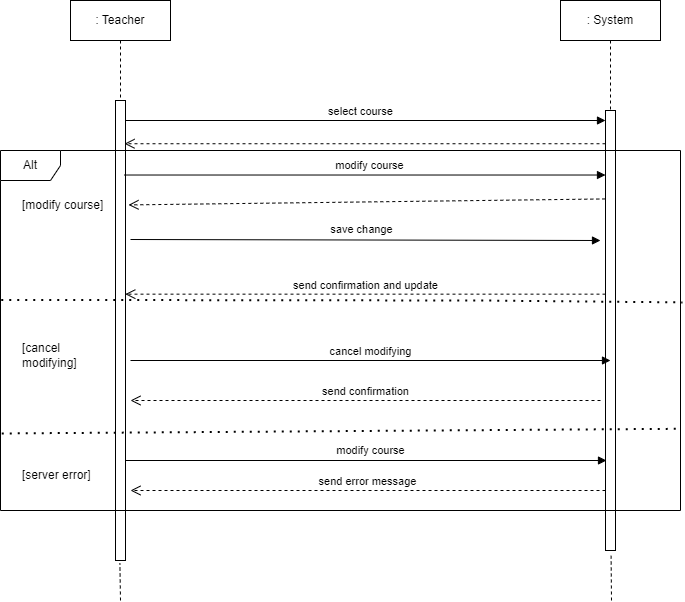
Above: images/sequence/modify-course.png in TomNewbie/pe-lapp (draw.io), before the change. Source tidied: cells renumbered, new cells last; positions are measured from the earlier drawing's top-left corner, leaving out a move shared by most shapes.
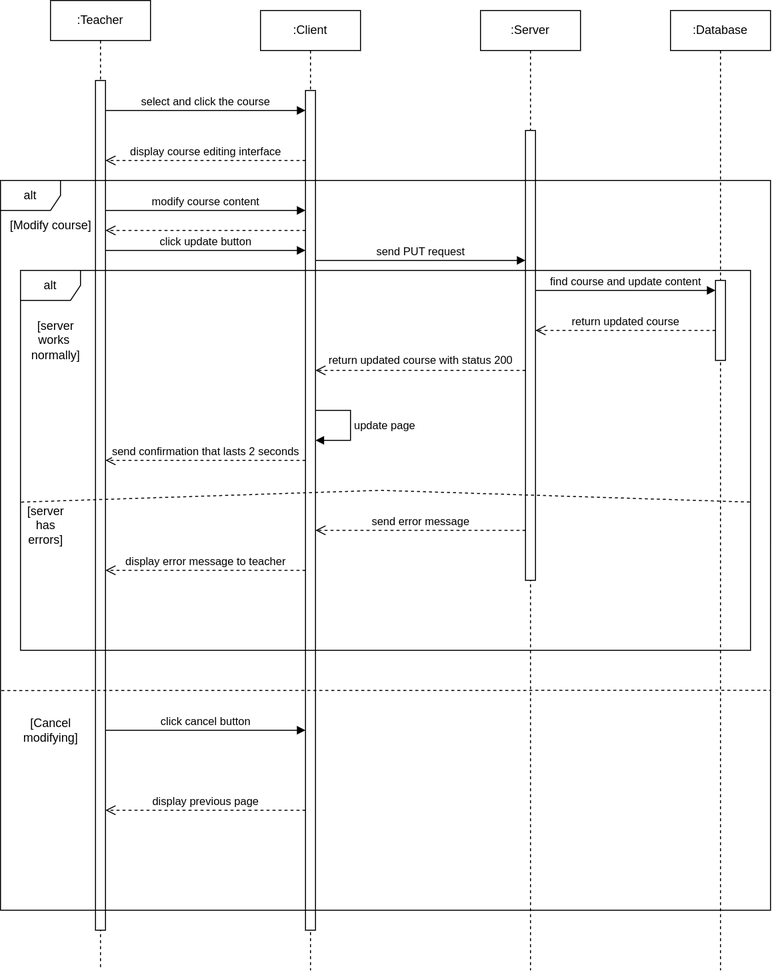
The same file after the commit.

Commit message:
Modify modify course sequence diagram

Change to the diagram source:
```diff
@@ -2,96 +2,173 @@
   <root>
     <mxCell id="0" />
     <mxCell id="1" parent="0" />
-    <mxCell id="2" style="html=1;points=[];perimeter=orthogonalPerimeter;" parent="1" vertex="1">
-      <mxGeometry x="115" y="100" width="10" height="460" as="geometry" />
-    </mxCell>
-    <mxCell id="3" style="html=1;points=[];perimeter=orthogonalPerimeter;" parent="1" vertex="1">
-      <mxGeometry x="605" y="110" width="10" height="440" as="geometry" />
-    </mxCell>
-    <mxCell id="4" value="select course" style="html=1;verticalAlign=bottom;endArrow=block;rounded=0;" parent="1" edge="1" target="3">
-      <mxGeometry x="-0.02" relative="1" as="geometry">
-        <mxPoint x="125" y="120" as="sourcePoint" />
-      </mxGeometry>
-    </mxCell>
-    <mxCell id="5" style="html=1;verticalAlign=bottom;endArrow=open;dashed=1;endSize=8;rounded=0;entryX=0.9;entryY=0.094;entryDx=0;entryDy=0;entryPerimeter=0;" parent="1" edge="1" source="3" target="2">
-      <mxGeometry relative="1" as="geometry" />
-    </mxCell>
-    <mxCell id="6" value="modify course" style="html=1;verticalAlign=bottom;endArrow=block;rounded=0;exitX=0.9;exitY=0.162;exitDx=0;exitDy=0;exitPerimeter=0;" parent="1" edge="1" source="2" target="3">
-      <mxGeometry x="0.02" y="1" relative="1" as="geometry" />
-    </mxCell>
-    <mxCell id="7" style="html=1;verticalAlign=bottom;endArrow=open;dashed=1;endSize=8;rounded=0;entryX=1.3;entryY=0.227;entryDx=0;entryDy=0;entryPerimeter=0;exitX=-0.02;exitY=0.201;exitDx=0;exitDy=0;exitPerimeter=0;" parent="1" edge="1" source="3" target="2">
-      <mxGeometry relative="1" as="geometry" />
-    </mxCell>
-    <mxCell id="8" value=": Teacher" style="shape=umlLifeline;perimeter=lifelinePerimeter;whiteSpace=wrap;html=1;" parent="1" vertex="1">
-      <mxGeometry x="70" width="100" height="100" as="geometry" />
-    </mxCell>
-    <mxCell id="9" value=": System" style="shape=umlLifeline;perimeter=lifelinePerimeter;whiteSpace=wrap;html=1;" parent="1" vertex="1">
-      <mxGeometry x="560" width="100" height="110" as="geometry" />
-    </mxCell>
-    <mxCell id="10" value="save change" style="html=1;verticalAlign=bottom;endArrow=block;rounded=0;" parent="1" edge="1">
-      <mxGeometry x="-0.02" y="1" relative="1" as="geometry">
-        <mxPoint x="130" y="239" as="sourcePoint" />
-        <mxPoint x="600" y="240" as="targetPoint" />
-      </mxGeometry>
-    </mxCell>
-    <mxCell id="11" value="send confirmation and update" style="html=1;verticalAlign=bottom;endArrow=open;dashed=1;endSize=8;rounded=0;entryX=0.98;entryY=0.421;entryDx=0;entryDy=0;entryPerimeter=0;" parent="1" edge="1" source="3" target="2">
-      <mxGeometry relative="1" as="geometry" />
-    </mxCell>
-    <mxCell id="12" value="Alt" style="shape=umlFrame;whiteSpace=wrap;html=1;" parent="1" vertex="1">
-      <mxGeometry y="150" width="680" height="360" as="geometry" />
-    </mxCell>
-    <mxCell id="13" style="endArrow=none;dashed=1;html=1;dashPattern=1 3;strokeWidth=2;rounded=0;exitX=0.001;exitY=0.415;exitDx=0;exitDy=0;exitPerimeter=0;entryX=1.003;entryY=0.422;entryDx=0;entryDy=0;entryPerimeter=0;" parent="1" edge="1" source="12" target="12">
-      <mxGeometry relative="1" as="geometry">
-        <Array as="points">
-          <mxPoint x="480" y="300" />
-        </Array>
-      </mxGeometry>
-    </mxCell>
-    <mxCell id="14" value="[modify course]" style="text;html=1;strokeColor=none;fillColor=none;align=left;verticalAlign=middle;whiteSpace=wrap;rounded=0;" parent="1" vertex="1">
-      <mxGeometry x="20" y="190" width="90" height="30" as="geometry" />
-    </mxCell>
-    <mxCell id="15" value="[cancel modifying]" style="text;html=1;strokeColor=none;fillColor=none;align=left;verticalAlign=middle;whiteSpace=wrap;rounded=0;" parent="1" vertex="1">
-      <mxGeometry x="20" y="340" width="80" height="30" as="geometry" />
-    </mxCell>
-    <mxCell id="16" value="cancel modifying" style="html=1;verticalAlign=bottom;endArrow=block;rounded=0;" parent="1" edge="1">
-      <mxGeometry relative="1" as="geometry">
-        <mxPoint x="130" y="360" as="sourcePoint" />
-        <mxPoint x="610" y="360" as="targetPoint" />
-      </mxGeometry>
-    </mxCell>
-    <mxCell id="17" value="send confirmation" style="html=1;verticalAlign=bottom;endArrow=open;dashed=1;endSize=8;rounded=0;" parent="1" edge="1">
-      <mxGeometry relative="1" as="geometry">
-        <mxPoint x="600" y="400" as="sourcePoint" />
-        <mxPoint x="130" y="400" as="targetPoint" />
-      </mxGeometry>
-    </mxCell>
-    <mxCell id="18" style="endArrow=none;dashed=1;html=1;dashPattern=1 3;strokeWidth=2;rounded=0;exitX=0.002;exitY=0.786;exitDx=0;exitDy=0;exitPerimeter=0;entryX=1.001;entryY=0.773;entryDx=0;entryDy=0;entryPerimeter=0;" parent="1" edge="1" source="12" target="12">
-      <mxGeometry relative="1" as="geometry" />
-    </mxCell>
-    <mxCell id="19" value="[server error]" style="text;html=1;strokeColor=none;fillColor=none;align=left;verticalAlign=middle;whiteSpace=wrap;rounded=0;" parent="1" vertex="1">
-      <mxGeometry x="20" y="460" width="90" height="30" as="geometry" />
-    </mxCell>
-    <mxCell id="20" value="modify course" style="html=1;verticalAlign=bottom;endArrow=block;rounded=0;exitX=0.9;exitY=0.162;exitDx=0;exitDy=0;exitPerimeter=0;" parent="1" edge="1">
-      <mxGeometry x="0.02" y="1" relative="1" as="geometry">
-        <mxPoint x="125" y="460" as="sourcePoint" />
-        <mxPoint x="606" y="460" as="targetPoint" />
-      </mxGeometry>
-    </mxCell>
+    <mxCell id="24" value=":Teacher" style="shape=umlLifeline;perimeter=lifelinePerimeter;whiteSpace=wrap;html=1;newEdgeStyle={&quot;edgeStyle&quot;:&quot;elbowEdgeStyle&quot;,&quot;elbow&quot;:&quot;vertical&quot;,&quot;curved&quot;:0,&quot;rounded&quot;:0};" parent="1" vertex="1">
+      <mxGeometry x="-10" y="-10" width="100" height="970" as="geometry" />
+    </mxCell>
+    <mxCell id="25" style="html=1;points=[];perimeter=orthogonalPerimeter;outlineConnect=0;targetShapes=umlLifeline;portConstraint=eastwest;newEdgeStyle={&quot;edgeStyle&quot;:&quot;elbowEdgeStyle&quot;,&quot;elbow&quot;:&quot;vertical&quot;,&quot;curved&quot;:0,&quot;rounded&quot;:0};" parent="24" vertex="1">
+      <mxGeometry x="45" y="80" width="10" height="850" as="geometry" />
+    </mxCell>
+    <mxCell id="26" value=":Client" style="shape=umlLifeline;perimeter=lifelinePerimeter;whiteSpace=wrap;html=1;newEdgeStyle={&quot;edgeStyle&quot;:&quot;elbowEdgeStyle&quot;,&quot;elbow&quot;:&quot;vertical&quot;,&quot;curved&quot;:0,&quot;rounded&quot;:0};" parent="1" vertex="1">
+      <mxGeometry x="200" width="100" height="960" as="geometry" />
+    </mxCell>
+    <mxCell id="27" style="html=1;points=[];perimeter=orthogonalPerimeter;outlineConnect=0;targetShapes=umlLifeline;portConstraint=eastwest;newEdgeStyle={&quot;edgeStyle&quot;:&quot;elbowEdgeStyle&quot;,&quot;elbow&quot;:&quot;vertical&quot;,&quot;curved&quot;:0,&quot;rounded&quot;:0};" parent="26" vertex="1">
+      <mxGeometry x="45" y="80" width="10" height="840" as="geometry" />
+    </mxCell>
+    <mxCell id="28" value="update page" style="html=1;align=left;spacingLeft=2;endArrow=block;rounded=0;edgeStyle=orthogonalEdgeStyle;curved=0;rounded=0;" parent="26" edge="1" source="27" target="27">
+      <mxGeometry relative="1" as="geometry">
+        <Array as="points">
+          <mxPoint x="90" y="400" />
+          <mxPoint x="90" y="430" />
+        </Array>
+      </mxGeometry>
+    </mxCell>
+    <mxCell id="29" value=":Server" style="shape=umlLifeline;perimeter=lifelinePerimeter;whiteSpace=wrap;html=1;newEdgeStyle={&quot;edgeStyle&quot;:&quot;elbowEdgeStyle&quot;,&quot;elbow&quot;:&quot;vertical&quot;,&quot;curved&quot;:0,&quot;rounded&quot;:0};" parent="1" vertex="1">
+      <mxGeometry x="420" width="100" height="960" as="geometry" />
+    </mxCell>
+    <mxCell id="30" style="html=1;points=[];perimeter=orthogonalPerimeter;outlineConnect=0;targetShapes=umlLifeline;portConstraint=eastwest;newEdgeStyle={&quot;edgeStyle&quot;:&quot;elbowEdgeStyle&quot;,&quot;elbow&quot;:&quot;vertical&quot;,&quot;curved&quot;:0,&quot;rounded&quot;:0};" parent="29" vertex="1">
+      <mxGeometry x="45" y="120" width="10" height="450" as="geometry" />
+    </mxCell>
+    <mxCell id="31" value=":Database" style="shape=umlLifeline;perimeter=lifelinePerimeter;whiteSpace=wrap;html=1;newEdgeStyle={&quot;edgeStyle&quot;:&quot;elbowEdgeStyle&quot;,&quot;elbow&quot;:&quot;vertical&quot;,&quot;curved&quot;:0,&quot;rounded&quot;:0};" parent="1" vertex="1">
+      <mxGeometry x="610" width="100" height="960" as="geometry" />
+    </mxCell>
+    <mxCell id="32" style="html=1;points=[];perimeter=orthogonalPerimeter;outlineConnect=0;targetShapes=umlLifeline;portConstraint=eastwest;newEdgeStyle={&quot;edgeStyle&quot;:&quot;elbowEdgeStyle&quot;,&quot;elbow&quot;:&quot;vertical&quot;,&quot;curved&quot;:0,&quot;rounded&quot;:0};" parent="31" vertex="1">
+      <mxGeometry x="45" y="270" width="10" height="80" as="geometry" />
+    </mxCell>
+    <mxCell id="33" value="select and click the course" style="html=1;verticalAlign=bottom;endArrow=block;edgeStyle=elbowEdgeStyle;elbow=vertical;curved=0;rounded=0;" parent="1" edge="1" source="25" target="27">
+      <mxGeometry relative="1" as="geometry">
+        <Array as="points">
+          <mxPoint x="140" y="100" />
+        </Array>
+      </mxGeometry>
+    </mxCell>
+    <mxCell id="34" value="display course editing interface" style="html=1;verticalAlign=bottom;endArrow=open;dashed=1;endSize=8;edgeStyle=elbowEdgeStyle;elbow=vertical;curved=0;rounded=0;" parent="1" edge="1" source="27" target="25">
+      <mxGeometry relative="1" as="geometry">
+        <Array as="points">
+          <mxPoint x="150" y="150" />
+        </Array>
+      </mxGeometry>
+    </mxCell>
+    <mxCell id="35" value="modify course content" style="html=1;verticalAlign=bottom;endArrow=block;edgeStyle=elbowEdgeStyle;elbow=vertical;curved=0;rounded=0;" parent="1" edge="1" source="25" target="27">
+      <mxGeometry relative="1" as="geometry">
+        <Array as="points">
+          <mxPoint x="150" y="200" />
+        </Array>
+      </mxGeometry>
+    </mxCell>
+    <mxCell id="36" value="send PUT request" style="html=1;verticalAlign=bottom;endArrow=block;edgeStyle=elbowEdgeStyle;elbow=vertical;curved=0;rounded=0;" parent="1" edge="1" source="27" target="30">
+      <mxGeometry relative="1" as="geometry">
+        <Array as="points">
+          <mxPoint x="430" y="250" />
+          <mxPoint x="320" y="240" />
+          <mxPoint x="340" y="210" />
+        </Array>
+      </mxGeometry>
+    </mxCell>
+    <mxCell id="37" value="find course and update content" style="html=1;verticalAlign=bottom;endArrow=block;edgeStyle=elbowEdgeStyle;elbow=vertical;curved=0;rounded=0;" parent="1" edge="1" source="30" target="32">
+      <mxGeometry relative="1" as="geometry">
+        <Array as="points">
+          <mxPoint x="535" y="280" />
+        </Array>
+      </mxGeometry>
+    </mxCell>
+    <mxCell id="38" value="return updated course" style="html=1;verticalAlign=bottom;endArrow=open;dashed=1;endSize=8;edgeStyle=elbowEdgeStyle;elbow=vertical;curved=0;rounded=0;" parent="1" edge="1" source="32" target="30">
+      <mxGeometry relative="1" as="geometry">
+        <Array as="points">
+          <mxPoint x="540" y="320" />
+        </Array>
+      </mxGeometry>
+    </mxCell>
+    <mxCell id="39" style="html=1;verticalAlign=bottom;endArrow=open;dashed=1;endSize=8;edgeStyle=elbowEdgeStyle;elbow=vertical;curved=0;rounded=0;" parent="1" edge="1" source="30" target="27">
+      <mxGeometry relative="1" as="geometry">
+        <Array as="points">
+          <mxPoint x="360" y="360" />
+        </Array>
+      </mxGeometry>
+    </mxCell>
+    <mxCell id="40" value="return updated course with status 200" style="edgeLabel;html=1;align=center;verticalAlign=middle;" parent="39" vertex="1">
+      <mxGeometry x="0.28" y="2" relative="1" as="geometry">
+        <mxPoint x="29" y="-12" as="offset" />
+      </mxGeometry>
+    </mxCell>
+    <mxCell id="41" value="send confirmation that lasts 2 seconds" style="html=1;verticalAlign=bottom;endArrow=open;dashed=1;endSize=8;edgeStyle=elbowEdgeStyle;elbow=vertical;curved=0;rounded=0;" parent="1" edge="1" source="27" target="25">
+      <mxGeometry relative="1" as="geometry">
+        <Array as="points">
+          <mxPoint x="170" y="450" />
+        </Array>
+      </mxGeometry>
+    </mxCell>
+    <mxCell id="42" value="alt" style="shape=umlFrame;whiteSpace=wrap;html=1;" parent="1" vertex="1">
+      <mxGeometry x="-60" y="170" width="770" height="730" as="geometry" />
+    </mxCell>
+    <mxCell id="43" value="[Modify course]" style="text;html=1;align=center;verticalAlign=middle;strokeColor=none;fillColor=none;" parent="1" vertex="1">
+      <mxGeometry x="-60" y="200" width="100" height="30" as="geometry" />
+    </mxCell>
+    <mxCell id="44" value="alt" style="shape=umlFrame;whiteSpace=wrap;html=1;" parent="1" vertex="1">
+      <mxGeometry x="-40" y="260" width="730" height="380" as="geometry" />
+    </mxCell>
+    <mxCell id="45" value="[server&lt;br&gt;works&amp;nbsp;&lt;br&gt;normally]" style="text;html=1;align=center;verticalAlign=middle;strokeColor=none;fillColor=none;" parent="1" vertex="1">
+      <mxGeometry x="-40" y="300" width="70" height="60" as="geometry" />
+    </mxCell>
+    <mxCell id="46" style="endArrow=none;dashed=1;html=1;rounded=0;exitX=0.001;exitY=0.61;exitDx=0;exitDy=0;exitPerimeter=0;entryX=1.001;entryY=0.61;entryDx=0;entryDy=0;entryPerimeter=0;" parent="1" edge="1" source="44" target="44">
+      <mxGeometry relative="1" as="geometry">
+        <Array as="points">
+          <mxPoint x="320" y="480" />
+        </Array>
+      </mxGeometry>
+    </mxCell>
+    <mxCell id="47" value="[server&lt;br&gt;has&lt;br&gt;errors]" style="text;html=1;align=center;verticalAlign=middle;strokeColor=none;fillColor=none;" parent="1" vertex="1">
+      <mxGeometry x="-45" y="485" width="60" height="60" as="geometry" />
+    </mxCell>
-    <mxCell id="21" value="send error message" style="html=1;verticalAlign=bottom;endArrow=open;dashed=1;endSize=8;rounded=0;" parent="1" edge="1">
+    <mxCell id="21" value="send error message" style="html=1;verticalAlign=bottom;endArrow=open;dashed=1;endSize=8;edgeStyle=elbowEdgeStyle;elbow=vertical;curved=0;rounded=0;" parent="1" edge="1" source="30" target="27">
       <mxGeometry relative="1" as="geometry">
-        <mxPoint x="605" y="490" as="sourcePoint" />
-        <mxPoint x="130" y="490" as="targetPoint" />
+        <Array as="points">
+          <mxPoint x="360" y="520" />
+        </Array>
       </mxGeometry>
     </mxCell>
-    <mxCell id="22" style="endArrow=none;dashed=1;html=1;rounded=0;entryX=0.56;entryY=1.012;entryDx=0;entryDy=0;entryPerimeter=0;" parent="1" edge="1" target="3">
-      <mxGeometry relative="1" as="geometry">
-        <mxPoint x="611" y="600" as="sourcePoint" />
-      </mxGeometry>
-    </mxCell>
-    <mxCell id="23" style="endArrow=none;dashed=1;html=1;rounded=0;entryX=0.44;entryY=1.006;entryDx=0;entryDy=0;entryPerimeter=0;" parent="1" edge="1" target="2">
-      <mxGeometry relative="1" as="geometry">
-        <mxPoint x="120" y="600" as="sourcePoint" />
-      </mxGeometry>
-    </mxCell>
+    <mxCell id="48" value="display error message to teacher" style="html=1;verticalAlign=bottom;endArrow=open;dashed=1;endSize=8;edgeStyle=elbowEdgeStyle;elbow=vertical;curved=0;rounded=0;" parent="1" edge="1" source="27" target="25">
+      <mxGeometry relative="1" as="geometry">
+        <Array as="points">
+          <mxPoint x="160" y="560" />
+        </Array>
+      </mxGeometry>
+    </mxCell>
+    <mxCell id="49" style="endArrow=none;dashed=1;html=1;rounded=0;exitX=0.001;exitY=0.699;exitDx=0;exitDy=0;exitPerimeter=0;" parent="1" edge="1" source="42">
+      <mxGeometry relative="1" as="geometry">
+        <mxPoint x="710" y="680" as="targetPoint" />
+      </mxGeometry>
+    </mxCell>
+    <mxCell id="50" value="[Cancel&lt;br&gt;modifying]" style="text;html=1;align=center;verticalAlign=middle;strokeColor=none;fillColor=none;" parent="1" vertex="1">
+      <mxGeometry x="-50" y="700" width="80" height="40" as="geometry" />
+    </mxCell>
+    <mxCell id="51" value="click cancel button" style="html=1;verticalAlign=bottom;endArrow=block;edgeStyle=elbowEdgeStyle;elbow=vertical;curved=0;rounded=0;" parent="1" edge="1" source="25" target="27">
+      <mxGeometry relative="1" as="geometry">
+        <Array as="points">
+          <mxPoint x="140" y="720" />
+        </Array>
+      </mxGeometry>
+    </mxCell>
+    <mxCell id="52" value="display previous page" style="html=1;verticalAlign=bottom;endArrow=open;dashed=1;endSize=8;edgeStyle=elbowEdgeStyle;elbow=vertical;curved=0;rounded=0;" parent="1" edge="1" source="27" target="25">
+      <mxGeometry relative="1" as="geometry">
+        <Array as="points">
+          <mxPoint x="170" y="800" />
+        </Array>
+      </mxGeometry>
+    </mxCell>
+    <mxCell id="53" value="click update button" style="html=1;verticalAlign=bottom;endArrow=block;edgeStyle=elbowEdgeStyle;elbow=vertical;curved=0;rounded=0;" parent="1" edge="1" source="25" target="27">
+      <mxGeometry relative="1" as="geometry">
+        <Array as="points">
+          <mxPoint x="190" y="240" />
+          <mxPoint x="150" y="230" />
+        </Array>
+      </mxGeometry>
+    </mxCell>
+    <mxCell id="54" style="html=1;verticalAlign=bottom;endArrow=open;dashed=1;endSize=8;edgeStyle=elbowEdgeStyle;elbow=vertical;curved=0;rounded=0;" parent="1" edge="1" source="27" target="25">
+      <mxGeometry relative="1" as="geometry">
+        <Array as="points">
+          <mxPoint x="150" y="220" />
+        </Array>
+      </mxGeometry>
+    </mxCell>
   </root>
 </mxGraphModel>
```
